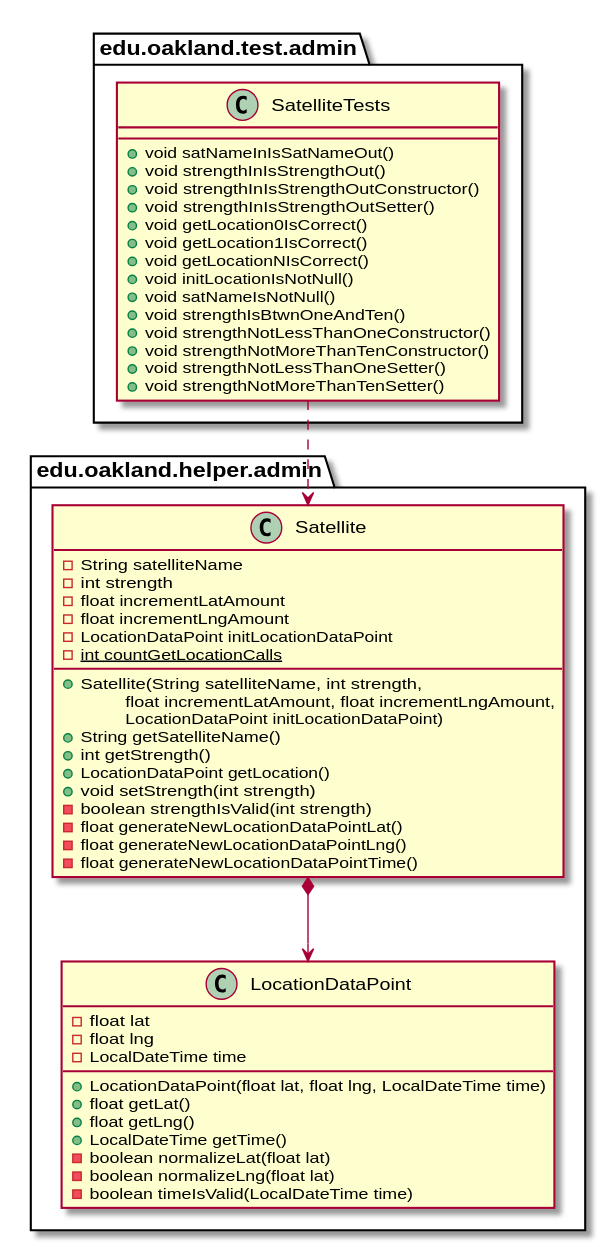
This is docs/uml-class-diagrams/admin/test/SatelliteTests/SatelliteTests_Closure.svg from andrewdimmer/csi-3370-software-project, a PlantUML export, as it was before one commit.
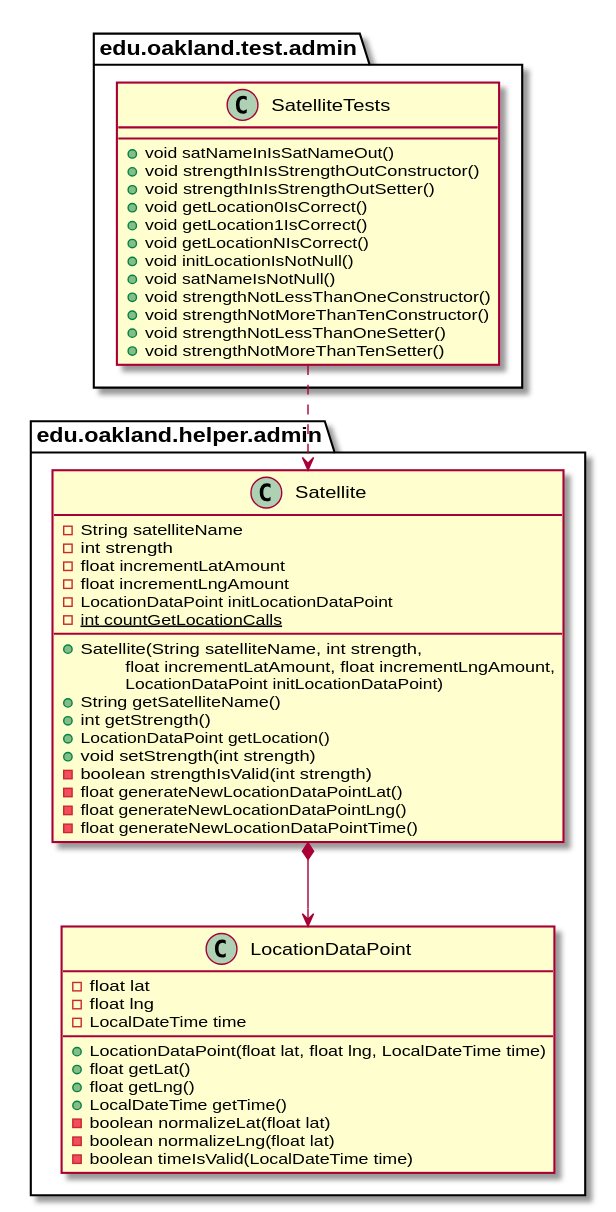
After the change.

What changed in the source:
```diff
@@ -4,7 +4,6 @@
 package edu.oakland.test.admin {
     class SatelliteTests {
        + void satNameInIsSatNameOut()
-       + void strengthInIsStrengthOut()
        + void strengthInIsStrengthOutConstructor()
        + void strengthInIsStrengthOutSetter()
        + void getLocation0IsCorrect()
@@ -12,7 +11,6 @@
        + void getLocationNIsCorrect()
        + void initLocationIsNotNull()
        + void satNameIsNotNull()
-       + void strengthIsBtwnOneAndTen()
        + void strengthNotLessThanOneConstructor()
        + void strengthNotMoreThanTenConstructor()
        + void strengthNotLessThanOneSetter()
```
